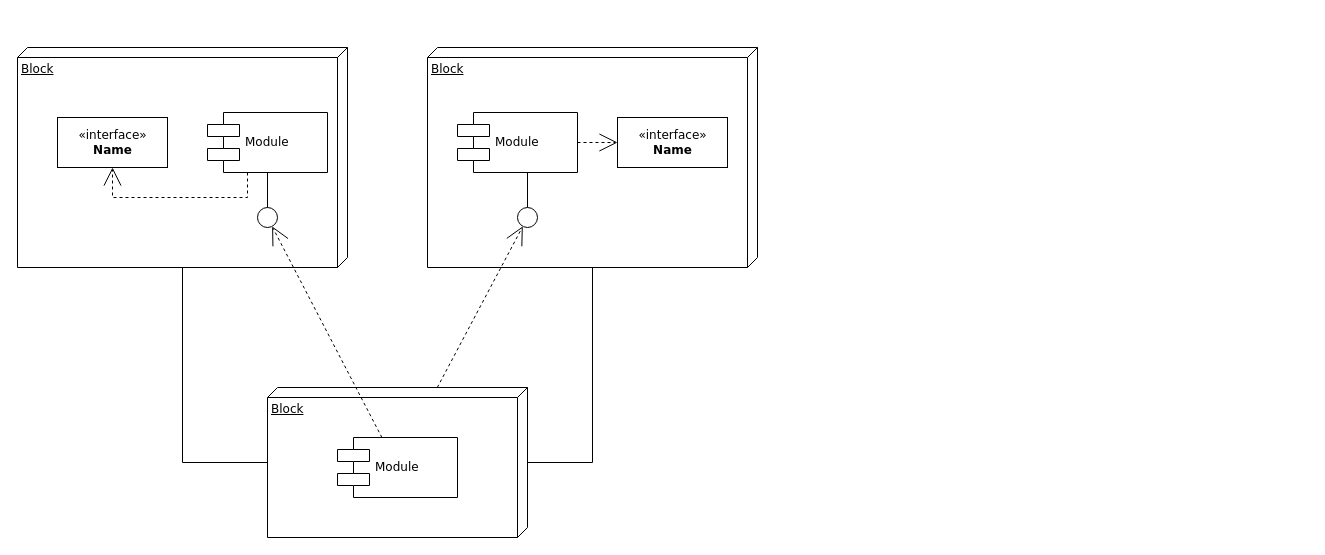
The draw.io diagram Untitled Diagram.drawio in P72024/P7Project, before the edit. Source tidied: cells renumbered, new cells numbered last; positions are measured from the earlier drawing's top-left corner, leaving out a move shared by most shapes. Both pictures are drawn from the tidied source at 100%, with x=0, y=0 at pixel (17, 47).
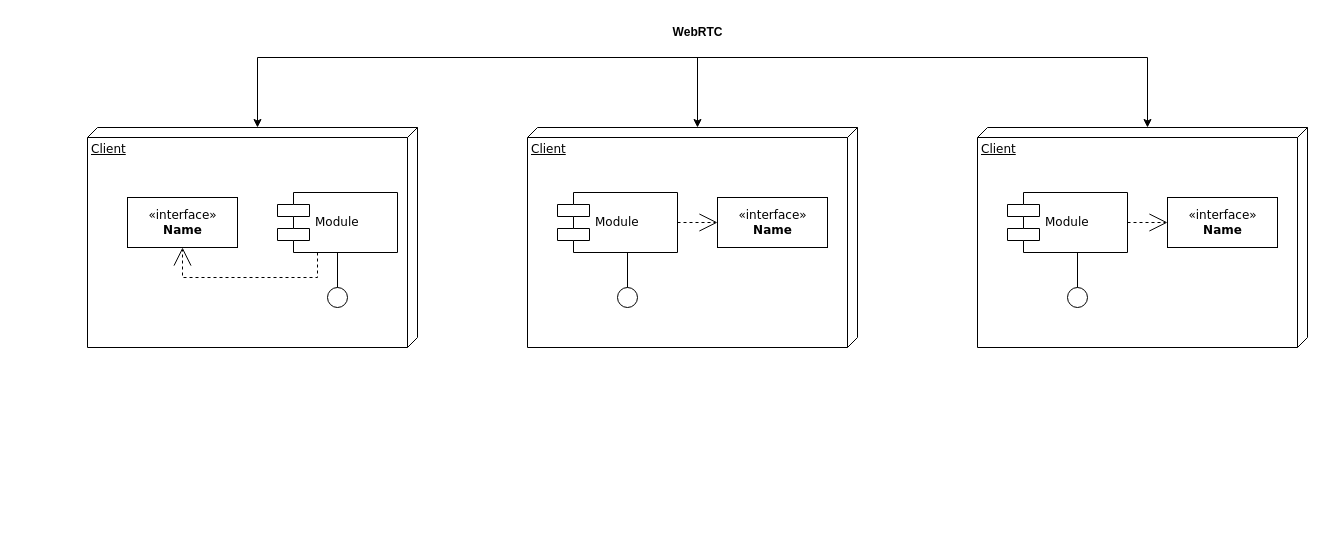
After the change.

The edit, as a diff of the source:
```diff
@@
-    <mxCell id="2" value="Block" style="verticalAlign=top;align=left;spacingTop=8;spacingLeft=2;spacingRight=12;shape=cube;size=10;direction=south;fontStyle=4;html=1;rounded=0;shadow=0;comic=0;labelBackgroundColor=none;strokeWidth=1;fontFamily=Verdana;fontSize=12;" parent="1" vertex="1">
-      <mxGeometry width="330" height="220" as="geometry" />
+    <mxCell id="2" value="Client" style="verticalAlign=top;align=left;spacingTop=8;spacingLeft=2;spacingRight=12;shape=cube;size=10;direction=south;fontStyle=4;html=1;rounded=0;shadow=0;comic=0;labelBackgroundColor=none;strokeWidth=1;fontFamily=Verdana;fontSize=12;" parent="1" vertex="1">
+      <mxGeometry x="70" y="80" width="330" height="220" as="geometry" />
     </mxCell>
-    <mxCell id="3" value="Block" style="verticalAlign=top;align=left;spacingTop=8;spacingLeft=2;spacingRight=12;shape=cube;size=10;direction=south;fontStyle=4;html=1;rounded=0;shadow=0;comic=0;labelBackgroundColor=none;strokeWidth=1;fontFamily=Verdana;fontSize=12;" parent="1" vertex="1">
-      <mxGeometry x="410" width="330" height="220" as="geometry" />
+    <mxCell id="3" value="&lt;div&gt;Client&lt;/div&gt;" style="verticalAlign=top;align=left;spacingTop=8;spacingLeft=2;spacingRight=12;shape=cube;size=10;direction=south;fontStyle=4;html=1;rounded=0;shadow=0;comic=0;labelBackgroundColor=none;strokeWidth=1;fontFamily=Verdana;fontSize=12;" parent="1" vertex="1">
+      <mxGeometry x="510" y="80" width="330" height="220" as="geometry" />
     </mxCell>
-    <mxCell id="4" value="Block" style="verticalAlign=top;align=left;spacingTop=8;spacingLeft=2;spacingRight=12;shape=cube;size=10;direction=south;fontStyle=4;html=1;rounded=0;shadow=0;comic=0;labelBackgroundColor=none;strokeWidth=1;fontFamily=Verdana;fontSize=12;" parent="1" vertex="1">
-      <mxGeometry x="250" y="340" width="260" height="150" as="geometry" />
-    </mxCell>
     <mxCell id="5" value="&amp;laquo;interface&amp;raquo;&lt;br&gt;&lt;b&gt;Name&lt;/b&gt;" style="html=1;rounded=0;shadow=0;comic=0;labelBackgroundColor=none;strokeWidth=1;fontFamily=Verdana;fontSize=12;align=center;" parent="1" vertex="1">
-      <mxGeometry x="40" y="70" width="110" height="50" as="geometry" />
+      <mxGeometry x="110" y="150" width="110" height="50" as="geometry" />
     </mxCell>
     <mxCell id="6" value="Module" style="shape=component;align=left;spacingLeft=36;rounded=0;shadow=0;comic=0;labelBackgroundColor=none;strokeWidth=1;fontFamily=Verdana;fontSize=12;html=1;" parent="1" vertex="1">
-      <mxGeometry x="190" y="65" width="120" height="60" as="geometry" />
+      <mxGeometry x="260" y="145" width="120" height="60" as="geometry" />
     </mxCell>
     <mxCell id="7" style="ellipse;whiteSpace=wrap;html=1;rounded=0;shadow=0;comic=0;labelBackgroundColor=none;strokeWidth=1;fontFamily=Verdana;fontSize=12;align=center;" parent="1" vertex="1">
-      <mxGeometry x="240" y="160" width="20" height="20" as="geometry" />
+      <mxGeometry x="310" y="240" width="20" height="20" as="geometry" />
     </mxCell>
     <mxCell id="8" value="Module" style="shape=component;align=left;spacingLeft=36;rounded=0;shadow=0;comic=0;labelBackgroundColor=none;strokeWidth=1;fontFamily=Verdana;fontSize=12;html=1;" parent="1" vertex="1">
-      <mxGeometry x="440" y="65" width="120" height="60" as="geometry" />
+      <mxGeometry x="540" y="145" width="120" height="60" as="geometry" />
     </mxCell>
     <mxCell id="9" value="&amp;laquo;interface&amp;raquo;&lt;br&gt;&lt;b&gt;Name&lt;/b&gt;" style="html=1;rounded=0;shadow=0;comic=0;labelBackgroundColor=none;strokeWidth=1;fontFamily=Verdana;fontSize=12;align=center;" parent="1" vertex="1">
-      <mxGeometry x="600" y="70" width="110" height="50" as="geometry" />
+      <mxGeometry x="700" y="150" width="110" height="50" as="geometry" />
     </mxCell>
     <mxCell id="10" style="ellipse;whiteSpace=wrap;html=1;rounded=0;shadow=0;comic=0;labelBackgroundColor=none;strokeWidth=1;fontFamily=Verdana;fontSize=12;align=center;" parent="1" vertex="1">
-      <mxGeometry x="500" y="160" width="20" height="20" as="geometry" />
+      <mxGeometry x="600" y="240" width="20" height="20" as="geometry" />
     </mxCell>
-    <mxCell id="11" value="Module" style="shape=component;align=left;spacingLeft=36;rounded=0;shadow=0;comic=0;labelBackgroundColor=none;strokeWidth=1;fontFamily=Verdana;fontSize=12;html=1;" parent="1" vertex="1">
-      <mxGeometry x="320" y="390" width="120" height="60" as="geometry" />
-    </mxCell>
-    <mxCell id="12" style="edgeStyle=none;rounded=0;html=1;dashed=1;labelBackgroundColor=none;startArrow=none;startFill=0;startSize=8;endArrow=open;endFill=0;endSize=16;fontFamily=Verdana;fontSize=12;" parent="1" edge="1" source="11" target="7">
-      <mxGeometry relative="1" as="geometry" />
-    </mxCell>
-    <mxCell id="13" style="edgeStyle=none;rounded=0;html=1;dashed=1;labelBackgroundColor=none;startArrow=none;startFill=0;startSize=8;endArrow=open;endFill=0;endSize=16;fontFamily=Verdana;fontSize=12;" parent="1" edge="1" source="4" target="10">
-      <mxGeometry relative="1" as="geometry" />
-    </mxCell>
@@
     <mxCell id="16" style="edgeStyle=orthogonalEdgeStyle;rounded=0;html=1;labelBackgroundColor=none;startArrow=none;startFill=0;startSize=8;endArrow=open;endFill=0;endSize=16;fontFamily=Verdana;fontSize=12;dashed=1;" parent="1" edge="1" source="6" target="5">
       <mxGeometry relative="1" as="geometry">
         <Array as="points">
-          <mxPoint x="230" y="150" />
-          <mxPoint x="95" y="150" />
+          <mxPoint x="300" y="230" />
+          <mxPoint x="165" y="230" />
         </Array>
       </mxGeometry>
     </mxCell>
@@
-    <mxCell id="18" style="edgeStyle=orthogonalEdgeStyle;rounded=0;html=1;labelBackgroundColor=none;startArrow=none;startFill=0;startSize=8;endArrow=none;endFill=0;endSize=16;fontFamily=Verdana;fontSize=12;" parent="1" edge="1" source="4" target="3">
-      <mxGeometry relative="1" as="geometry">
-        <Array as="points">
-          <mxPoint x="575" y="415" />
-        </Array>
-      </mxGeometry>
-    </mxCell>
-    <mxCell id="19" style="edgeStyle=orthogonalEdgeStyle;rounded=0;html=1;labelBackgroundColor=none;startArrow=none;startFill=0;startSize=8;endArrow=none;endFill=0;endSize=16;fontFamily=Verdana;fontSize=12;" parent="1" edge="1" source="4" target="2">
-      <mxGeometry relative="1" as="geometry">
-        <Array as="points">
-          <mxPoint x="165" y="415" />
-        </Array>
-      </mxGeometry>
-    </mxCell>
+    <mxCell id="20" value="&lt;div&gt;Client&lt;/div&gt;" style="verticalAlign=top;align=left;spacingTop=8;spacingLeft=2;spacingRight=12;shape=cube;size=10;direction=south;fontStyle=4;html=1;rounded=0;shadow=0;comic=0;labelBackgroundColor=none;strokeWidth=1;fontFamily=Verdana;fontSize=12;" parent="1" vertex="1">
+      <mxGeometry x="960" y="80" width="330" height="220" as="geometry" />
+    </mxCell>
+    <mxCell id="11" value="Module" style="shape=component;align=left;spacingLeft=36;rounded=0;shadow=0;comic=0;labelBackgroundColor=none;strokeWidth=1;fontFamily=Verdana;fontSize=12;html=1;" parent="1" vertex="1">
+      <mxGeometry x="990" y="145" width="120" height="60" as="geometry" />
+    </mxCell>
+    <mxCell id="21" value="&amp;laquo;interface&amp;raquo;&lt;br&gt;&lt;b&gt;Name&lt;/b&gt;" style="html=1;rounded=0;shadow=0;comic=0;labelBackgroundColor=none;strokeWidth=1;fontFamily=Verdana;fontSize=12;align=center;" parent="1" vertex="1">
+      <mxGeometry x="1150" y="150" width="110" height="50" as="geometry" />
+    </mxCell>
+    <mxCell id="22" style="ellipse;whiteSpace=wrap;html=1;rounded=0;shadow=0;comic=0;labelBackgroundColor=none;strokeWidth=1;fontFamily=Verdana;fontSize=12;align=center;" parent="1" vertex="1">
+      <mxGeometry x="1050" y="240" width="20" height="20" as="geometry" />
+    </mxCell>
+    <mxCell id="23" style="edgeStyle=elbowEdgeStyle;rounded=0;html=1;labelBackgroundColor=none;startArrow=none;startFill=0;startSize=8;endArrow=none;endFill=0;endSize=16;fontFamily=Verdana;fontSize=12;" parent="1" edge="1" source="22" target="11">
+      <mxGeometry relative="1" as="geometry" />
+    </mxCell>
+    <mxCell id="24" style="edgeStyle=orthogonalEdgeStyle;rounded=0;html=1;dashed=1;labelBackgroundColor=none;startArrow=none;startFill=0;startSize=8;endArrow=open;endFill=0;endSize=16;fontFamily=Verdana;fontSize=12;" parent="1" edge="1" source="11" target="21">
+      <mxGeometry relative="1" as="geometry" />
+    </mxCell>
+    <mxCell id="25" style="endArrow=classic;startArrow=classic;html=1;rounded=0;exitX=0;exitY=0;exitDx=0;exitDy=160;exitPerimeter=0;entryX=0;entryY=0;entryDx=0;entryDy=160;entryPerimeter=0;" parent="1" edge="1" source="2" target="20">
+      <mxGeometry relative="1" as="geometry">
+        <Array as="points">
+          <mxPoint x="240" y="10" />
+          <mxPoint x="1130" y="10" />
+        </Array>
+      </mxGeometry>
+    </mxCell>
+    <mxCell id="26" style="endArrow=classic;html=1;rounded=0;entryX=0;entryY=0;entryDx=0;entryDy=160;entryPerimeter=0;" parent="1" edge="1" target="3">
+      <mxGeometry relative="1" as="geometry">
+        <mxPoint x="680" y="10" as="sourcePoint" />
+      </mxGeometry>
+    </mxCell>
+    <mxCell id="27" value="&lt;b&gt;WebRTC&lt;/b&gt;" style="text;html=1;align=center;verticalAlign=middle;strokeColor=none;fillColor=none;" parent="1" vertex="1">
+      <mxGeometry x="645" y="-30" width="70" height="30" as="geometry" />
+    </mxCell>
```
